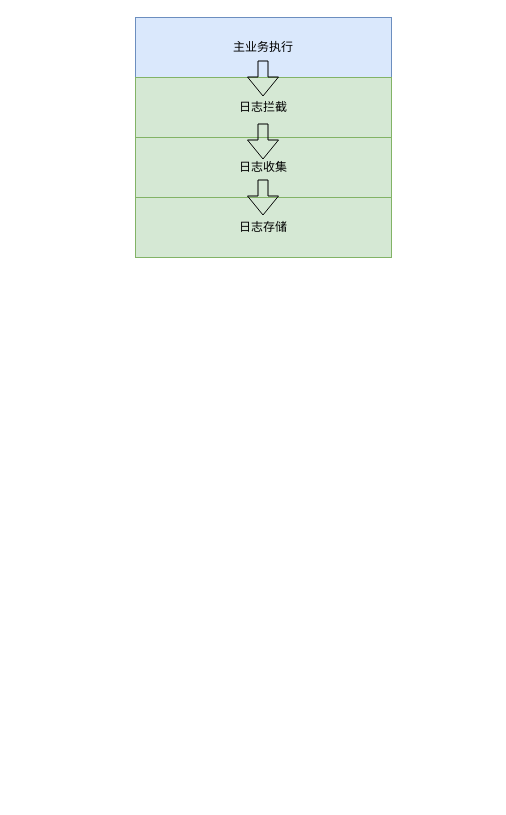
laowang-cloud/diagrams keeps this draw.io diagram as 日志记录组件设计.drawio. Above is the earlier version. Source tidied: cells renumbered, new cells numbered last; positions are measured from the earlier drawing's top-left corner, leaving out a move shared by most shapes. Both pictures are drawn from the tidied source at 100%, with x=0, y=0 at pixel (135, 17).
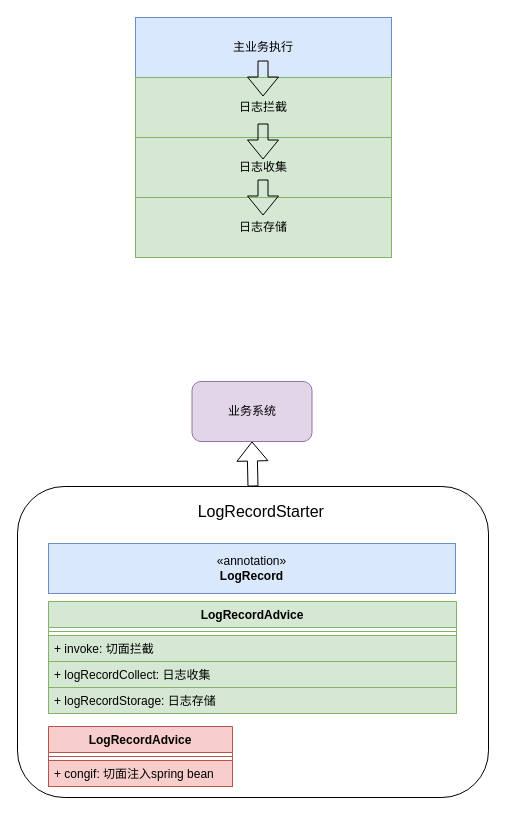
After the change.

Commit message (it also covers changes not shown here):
更新日志记录组件设计.drawio

The edit, as a diff of the source:
```diff
@@
+    <mxCell id="9" style="rounded=1;whiteSpace=wrap;html=1;" parent="1" vertex="1">
+      <mxGeometry x="-118" y="469" width="471" height="311" as="geometry" />
+    </mxCell>
@@
+    <mxCell id="10" value="«annotation»&lt;br&gt;&lt;b&gt;LogRecord&lt;/b&gt;" style="html=1;whiteSpace=wrap;fillColor=#dae8fc;strokeColor=#6c8ebf;" parent="1" vertex="1">
+      <mxGeometry x="-87" y="526" width="407" height="50" as="geometry" />
+    </mxCell>
+    <mxCell id="11" value="LogRecordAdvice" style="swimlane;fontStyle=1;align=center;verticalAlign=top;horizontal=1;startSize=26;whiteSpace=wrap;html=1;fillColor=#d5e8d4;strokeColor=#82b366;" parent="1" vertex="1">
+      <mxGeometry x="-87" y="584" width="408" height="112" as="geometry" />
+    </mxCell>
+    <mxCell id="12" style="line;strokeWidth=1;fillColor=#d5e8d4;align=left;verticalAlign=middle;spacingTop=-1;spacingLeft=3;spacingRight=3;labelPosition=right;strokeColor=#82b366;" parent="11" vertex="1">
+      <mxGeometry y="26" width="408" height="8" as="geometry" />
+    </mxCell>
+    <mxCell id="13" value="+&amp;nbsp;invoke&lt;span style=&quot;background-color: initial;&quot;&gt;: 切面拦截&lt;/span&gt;" style="text;strokeColor=#82b366;fillColor=#d5e8d4;align=left;verticalAlign=top;spacingLeft=4;spacingRight=4;overflow=hidden;whiteSpace=wrap;html=1;" parent="11" vertex="1">
+      <mxGeometry y="34" width="408" height="26" as="geometry" />
+    </mxCell>
+    <mxCell id="14" value="+&amp;nbsp;logRecordCollect&lt;span style=&quot;background-color: initial;&quot;&gt;: 日志收集&lt;/span&gt;" style="text;strokeColor=#82b366;fillColor=#d5e8d4;align=left;verticalAlign=top;spacingLeft=4;spacingRight=4;overflow=hidden;whiteSpace=wrap;html=1;" parent="11" vertex="1">
+      <mxGeometry y="60" width="408" height="26" as="geometry" />
+    </mxCell>
+    <mxCell id="15" value="+&amp;nbsp;logRecordStorage&lt;span style=&quot;background-color: initial;&quot;&gt;: 日志存储&lt;/span&gt;" style="text;strokeColor=#82b366;fillColor=#d5e8d4;align=left;verticalAlign=top;spacingLeft=4;spacingRight=4;overflow=hidden;whiteSpace=wrap;html=1;" parent="11" vertex="1">
+      <mxGeometry y="86" width="408" height="26" as="geometry" />
+    </mxCell>
+    <mxCell id="16" value="LogRecordAdvice" style="swimlane;fontStyle=1;align=center;verticalAlign=top;horizontal=1;startSize=26;whiteSpace=wrap;html=1;fillColor=#f8cecc;strokeColor=#b85450;" parent="1" vertex="1">
+      <mxGeometry x="-87" y="709" width="184" height="60" as="geometry" />
+    </mxCell>
+    <mxCell id="17" style="line;strokeWidth=1;fillColor=#f8cecc;align=left;verticalAlign=middle;spacingTop=-1;spacingLeft=3;spacingRight=3;labelPosition=right;strokeColor=#b85450;" parent="16" vertex="1">
+      <mxGeometry y="26" width="184" height="8" as="geometry" />
+    </mxCell>
+    <mxCell id="18" value="+&amp;nbsp;congif&lt;span style=&quot;background-color: initial;&quot;&gt;: 切面注入spring bean&lt;/span&gt;" style="text;strokeColor=#b85450;fillColor=#f8cecc;align=left;verticalAlign=top;spacingLeft=4;spacingRight=4;overflow=hidden;whiteSpace=wrap;html=1;" parent="16" vertex="1">
+      <mxGeometry y="34" width="184" height="26" as="geometry" />
+    </mxCell>
+    <mxCell id="19" value="&lt;font style=&quot;font-size: 16px;&quot;&gt;LogRecordStarter&amp;nbsp;&lt;/font&gt;" style="text;html=1;strokeColor=none;fillColor=none;align=center;verticalAlign=middle;whiteSpace=wrap;rounded=0;" parent="1" vertex="1">
+      <mxGeometry x="-34" y="479" width="324" height="30" as="geometry" />
+    </mxCell>
+    <mxCell id="20" value="业务系统" style="rounded=1;whiteSpace=wrap;html=1;fillColor=#e1d5e7;strokeColor=#9673a6;" parent="1" vertex="1">
+      <mxGeometry x="56.5" y="364" width="120" height="60" as="geometry" />
+    </mxCell>
+    <mxCell id="21" style="shape=flexArrow;endArrow=classic;html=1;rounded=0;exitX=0.5;exitY=0;exitDx=0;exitDy=0;entryX=0.5;entryY=1;entryDx=0;entryDy=0;" parent="1" edge="1" source="9" target="20">
+      <mxGeometry relative="1" as="geometry" />
+    </mxCell>
```
